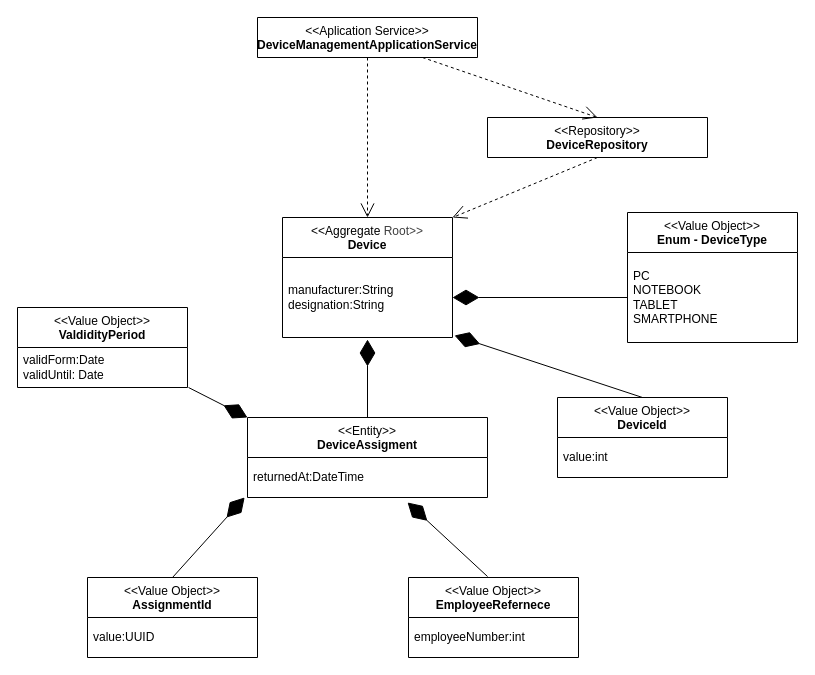
The draw.io diagram uml/device-management.drawio in AlexanderCoopmans/FSE-Mitarbeiterverwaltung-Example, before the edit. Source tidied: cells renumbered, new cells numbered last; positions are measured from the earlier drawing's top-left corner, leaving out a move shared by most shapes. Both pictures are drawn from the tidied source at 100%, with x=0, y=0 at pixel (17, 17).
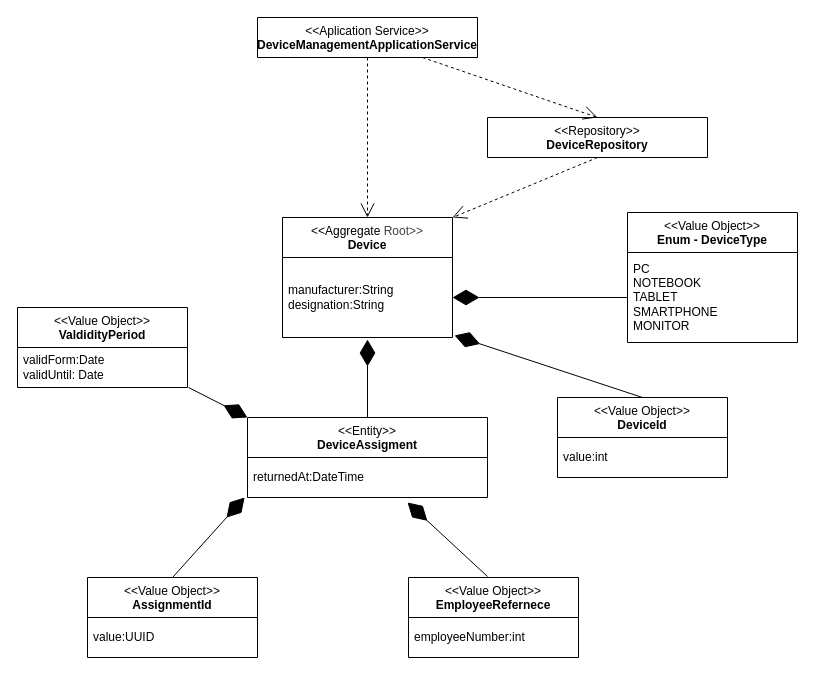
The same page after the edit.

Commit message (it also covers changes not shown here):
fix: Added Monitor as device Type and Example data

The change refers to these unchanged cells:
```xml
<mxCell id="10" value="&lt;div style=&quot;&quot;&gt;&amp;lt;&amp;lt;Value Object&amp;gt;&amp;gt;&lt;/div&gt;&lt;div style=&quot;&quot;&gt;&lt;b&gt;Enum - DeviceType&lt;/b&gt;&lt;/div&gt;" style="swimlane;fontStyle=0;align=center;verticalAlign=top;horizontal=1;startSize=40;html=1;whiteSpace=wrap;" parent="1" vertex="1">
  <mxGeometry x="610" y="195" width="170" height="130" as="geometry" />
</mxCell>
```

Change to the diagram source:
```diff
@@
-    <mxCell id="11" value="PC&lt;div&gt;NOTEBOOK&lt;/div&gt;&lt;div&gt;TABLET&lt;/div&gt;&lt;div&gt;SMARTPHONE&lt;/div&gt;" style="text;html=1;strokeColor=none;fillColor=none;align=left;verticalAlign=middle;spacingLeft=4;spacingRight=4;overflow=hidden;points=[[0,0.5],[1,0.5]];portConstraint=eastwest;whiteSpace=wrap;" parent="10" vertex="1">
+    <mxCell id="11" value="PC&lt;div&gt;NOTEBOOK&lt;/div&gt;&lt;div&gt;TABLET&lt;/div&gt;&lt;div&gt;SMARTPHONE&lt;/div&gt;&lt;div&gt;MONITOR&lt;/div&gt;" style="text;html=1;strokeColor=none;fillColor=none;align=left;verticalAlign=middle;spacingLeft=4;spacingRight=4;overflow=hidden;points=[[0,0.5],[1,0.5]];portConstraint=eastwest;whiteSpace=wrap;" parent="10" vertex="1">
       <mxGeometry y="40" width="170" height="90" as="geometry" />
     </mxCell>
```
